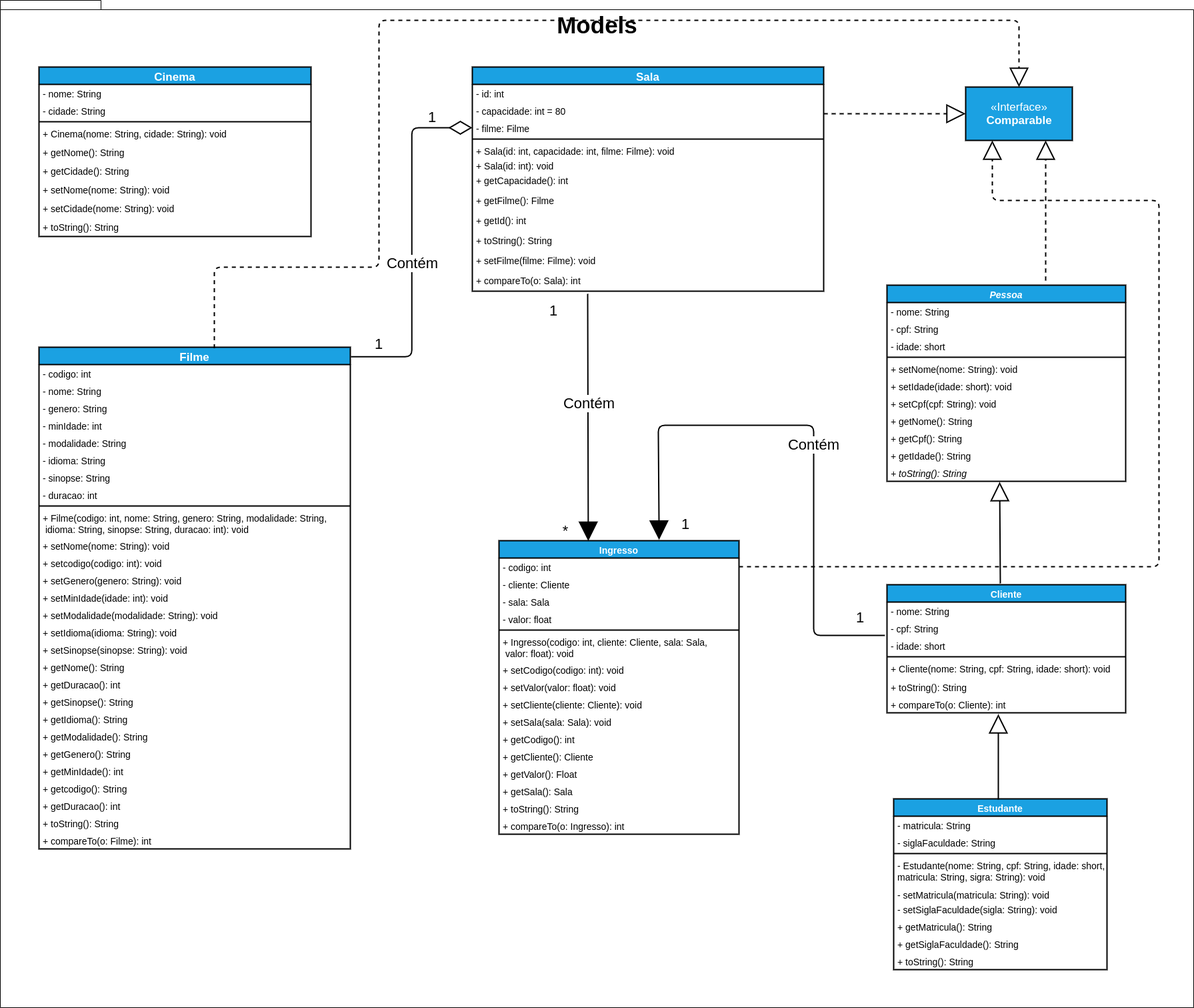
Above: docs/modelsdiagrama.png in SamuelLost/projeto-poo (draw.io), before the change. Source tidied: cells renumbered, new cells last; positions are measured from the earlier drawing's top-left corner, leaving out a move shared by most shapes.
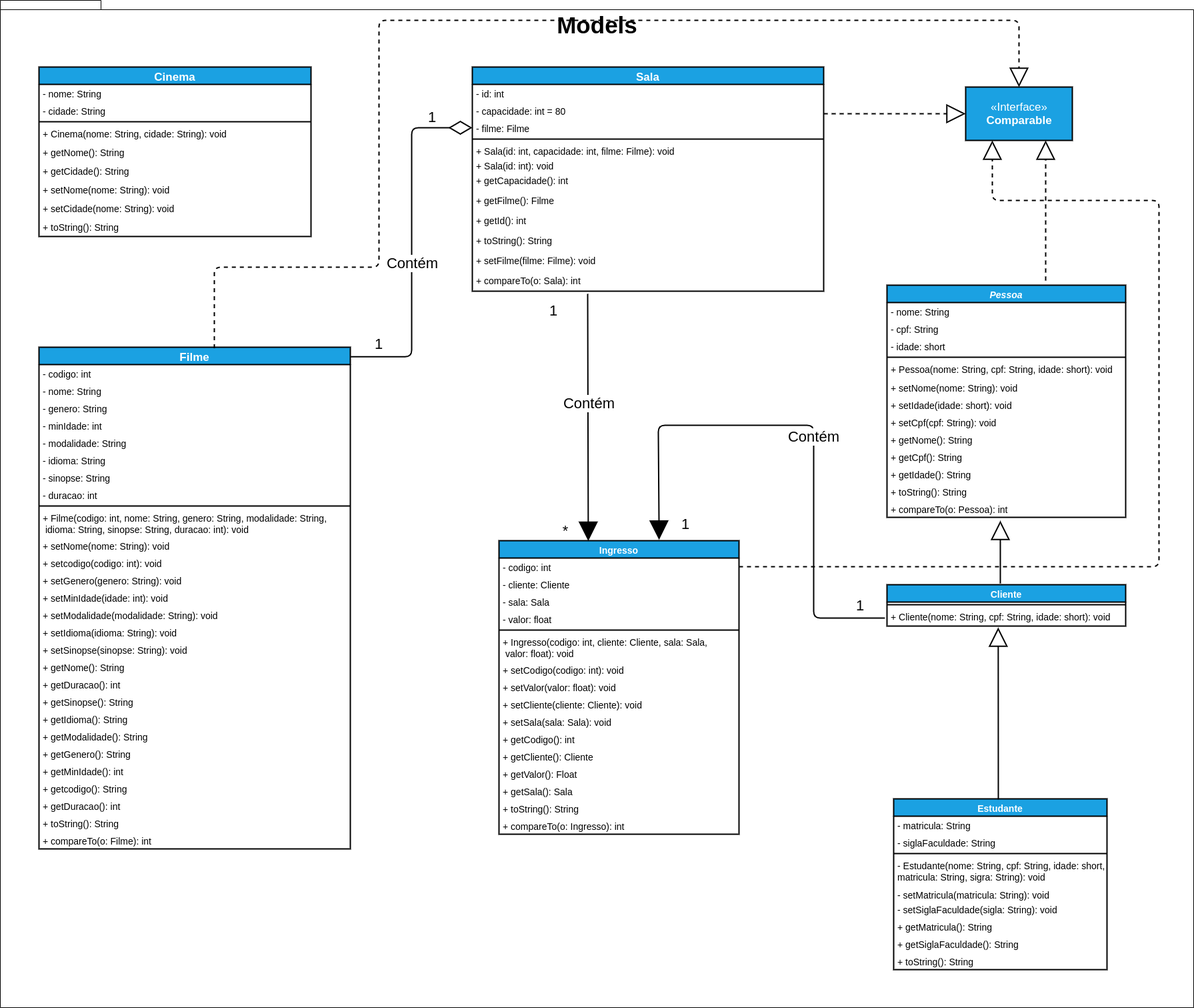
Above is the later version.

The edit, as a diff of the source:
```diff
@@ -2,9 +2,9 @@
   <root>
     <mxCell id="0" />
     <mxCell id="1" parent="0" />
-    <mxCell id="2" value="&lt;font style=&quot;font-size: 35px&quot;&gt;Models&lt;/font&gt;" style="shape=folder;fontStyle=1;spacingTop=10;tabWidth=40;tabHeight=14;tabPosition=left;html=1;strokeColor=#000000;strokeWidth=1;verticalAlign=top;align=center;fontSize=35;" parent="1" vertex="1">
-      <mxGeometry width="1790" height="1510" as="geometry" />
-    </mxCell>
+    <mxCell id="120" value="&lt;font style=&quot;font-size: 35px&quot;&gt;Models&lt;/font&gt;" style="shape=folder;fontStyle=1;spacingTop=10;tabWidth=40;tabHeight=14;tabPosition=left;html=1;strokeColor=#000000;strokeWidth=1;verticalAlign=top;align=center;fontSize=35;" parent="1" vertex="1">
+      <mxGeometry width="1790" height="1510" as="geometry" />
+    </mxCell>
     <mxCell id="3" value="Cinema" style="swimlane;fontStyle=1;align=center;verticalAlign=middle;horizontal=1;startSize=26;fillColor=#1ba1e2;strokeColor=#000000;fontSize=17;fontColor=#ffffff;strokeWidth=2;fontFamily=Helvetica;" parent="1" vertex="1">
       <mxGeometry x="58" y="100" width="408" height="254" as="geometry" />
     </mxCell>
@@ -75,29 +75,14 @@
       <mxGeometry y="306" width="527" height="30" as="geometry" />
     </mxCell>
     <mxCell id="26" value="Cliente" style="swimlane;fontStyle=1;align=center;verticalAlign=top;horizontal=1;startSize=26;fontSize=14;strokeWidth=2;fillColor=#1ba1e2;fontColor=#ffffff;strokeColor=#000000;" parent="1" vertex="1">
-      <mxGeometry x="1330" y="876" width="358" height="192" as="geometry" />
+      <mxGeometry x="1330" y="876" width="358" height="62" as="geometry" />
     </mxCell>
-    <mxCell id="27" value="- nome: String" style="text;align=left;verticalAlign=top;spacingLeft=4;spacingRight=4;overflow=hidden;fontSize=14;" parent="26" vertex="1">
-      <mxGeometry y="26" width="358" height="26" as="geometry" />
-    </mxCell>
-    <mxCell id="28" value="- cpf: String" style="text;align=left;verticalAlign=top;spacingLeft=4;spacingRight=4;overflow=hidden;fontSize=14;" parent="26" vertex="1">
-      <mxGeometry y="52" width="358" height="26" as="geometry" />
-    </mxCell>
-    <mxCell id="29" value="- idade: short" style="text;align=left;verticalAlign=top;spacingLeft=4;spacingRight=4;overflow=hidden;points=[[0,0.5],[1,0.5]];portConstraint=eastwest;fontSize=14;" parent="26" vertex="1">
-      <mxGeometry y="78" width="358" height="26" as="geometry" />
-    </mxCell>
-    <mxCell id="30" style="line;strokeWidth=2;align=left;verticalAlign=middle;spacingTop=-1;spacingLeft=3;spacingRight=3;labelPosition=right;fontSize=14;" parent="26" vertex="1">
-      <mxGeometry y="104" width="358" height="8" as="geometry" />
-    </mxCell>
+    <mxCell id="121" style="line;strokeWidth=2;align=left;verticalAlign=middle;spacingTop=-1;spacingLeft=3;spacingRight=3;labelPosition=right;fontSize=14;" parent="26" vertex="1">
+      <mxGeometry y="26" width="358" height="8" as="geometry" />
+    </mxCell>
     <mxCell id="31" value="+ Cliente(nome: String, cpf: String, idade: short): void" style="text;align=left;verticalAlign=top;spacingLeft=4;spacingRight=4;overflow=hidden;points=[[0,0.5],[1,0.5]];portConstraint=eastwest;fontSize=14;" parent="26" vertex="1">
-      <mxGeometry y="112" width="358" height="28" as="geometry" />
+      <mxGeometry y="34" width="358" height="28" as="geometry" />
     </mxCell>
-    <mxCell id="32" value="+ toString(): String" style="text;align=left;verticalAlign=top;spacingLeft=4;spacingRight=4;overflow=hidden;fontSize=14;" parent="26" vertex="1">
-      <mxGeometry y="140" width="358" height="26" as="geometry" />
-    </mxCell>
-    <mxCell id="33" value="+ compareTo(o: Cliente): int" style="text;align=left;verticalAlign=top;spacingLeft=4;spacingRight=4;overflow=hidden;fontSize=14;" parent="26" vertex="1">
-      <mxGeometry y="166" width="358" height="26" as="geometry" />
-    </mxCell>
     <mxCell id="34" value="Filme" style="swimlane;fontStyle=1;align=center;verticalAlign=middle;horizontal=1;startSize=26;fontSize=17;fillColor=#1ba1e2;fontColor=#ffffff;strokeColor=#000000;strokeWidth=2;labelPosition=center;verticalLabelPosition=middle;" parent="1" vertex="1">
       <mxGeometry x="58" y="520" width="467" height="752" as="geometry" />
     </mxCell>
@@ -223,15 +208,14 @@
         </Array>
       </mxGeometry>
     </mxCell>
-    <mxCell id="74" value="Contém" style="edgeLabel;html=1;align=center;verticalAlign=middle;fontSize=22;" parent="73" vertex="1">
-      <mxGeometry x="0.1" y="-1" relative="1" as="geometry" />
-    </mxCell>
-    <mxCell id="75" style="edgeStyle=none;html=1;startArrow=none;startFill=0;endArrow=block;endFill=0;startSize=24;endSize=24;fontSize=14;strokeWidth=2;" parent="1" edge="1">
-      <mxGeometry relative="1" as="geometry">
-        <mxPoint x="1497" y="1198" as="sourcePoint" />
-        <mxPoint x="1497" y="1070" as="targetPoint" />
-      </mxGeometry>
-    </mxCell>
+    <mxCell id="122" value="Contém" style="edgeLabel;html=1;align=center;verticalAlign=middle;fontSize=22;" parent="73" vertex="1">
+      <mxGeometry x="0.1" y="-1" relative="1" as="geometry" />
+    </mxCell>
+    <mxCell id="123" style="edgeStyle=none;html=1;startArrow=none;startFill=0;endArrow=block;endFill=0;startSize=24;endSize=24;fontSize=14;strokeWidth=2;entryX=0.466;entryY=1.071;entryDx=0;entryDy=0;entryPerimeter=0;" parent="1" edge="1" target="31">
+      <mxGeometry relative="1" as="geometry">
+        <mxPoint x="1497" y="1198" as="sourcePoint" />
+      </mxGeometry>
+    </mxCell>
     <mxCell id="76" value="«Interface»&lt;br style=&quot;font-size: 17px;&quot;&gt;&lt;b style=&quot;font-size: 17px;&quot;&gt;Comparable&lt;/b&gt;" style="html=1;fillColor=#1ba1e2;fontColor=#ffffff;strokeColor=#000000;fontSize=17;strokeWidth=2;" parent="1" vertex="1">
       <mxGeometry x="1448" y="130" width="160" height="80" as="geometry" />
     </mxCell>
@@ -289,36 +273,37 @@
     <mxCell id="94" value="+ compareTo(o: Ingresso): int" style="text;align=left;verticalAlign=top;spacingLeft=4;spacingRight=4;overflow=hidden;fontSize=14;" parent="78" vertex="1">
       <mxGeometry y="414" width="360" height="26" as="geometry" />
     </mxCell>
-    <mxCell id="95" style="endArrow=none;endFill=0;endSize=24;html=1;fontSize=35;fontColor=#000000;strokeWidth=2;exitX=0.372;exitY=0.001;exitDx=0;exitDy=0;exitPerimeter=0;startArrow=block;startFill=1;sourcePerimeterSpacing=5;startSize=24;" parent="1" edge="1" source="78">
-      <mxGeometry relative="1" as="geometry">
-        <mxPoint x="881" y="440" as="targetPoint" />
-      </mxGeometry>
-    </mxCell>
-    <mxCell id="96" value="Contém" style="edgeLabel;html=1;align=center;verticalAlign=middle;fontSize=22;" parent="95" vertex="1">
-      <mxGeometry x="0.13" relative="1" as="geometry" />
-    </mxCell>
-    <mxCell id="97" style="endArrow=none;endFill=0;endSize=24;html=1;fontSize=35;fontColor=#000000;strokeWidth=2;exitX=0.667;exitY=-0.003;exitDx=0;exitDy=0;exitPerimeter=0;entryX=-0.009;entryY=-0.081;entryDx=0;entryDy=0;entryPerimeter=0;startArrow=block;startFill=1;startSize=24;" parent="1" edge="1" source="78" target="29">
-      <mxGeometry relative="1" as="geometry">
-        <Array as="points">
-          <mxPoint x="987" y="637" />
-          <mxPoint x="1220" y="637" />
-          <mxPoint x="1220" y="952" />
-        </Array>
-      </mxGeometry>
-    </mxCell>
-    <mxCell id="98" value="Contém" style="edgeLabel;html=1;align=center;verticalAlign=middle;fontSize=22;" parent="97" vertex="1">
-      <mxGeometry x="0.05" y="-1" relative="1" as="geometry">
-        <mxPoint x="-1" as="offset" />
-      </mxGeometry>
-    </mxCell>
-    <mxCell id="99" style="endArrow=block;dashed=1;endFill=0;endSize=24;html=1;fontSize=35;fontColor=#000000;strokeWidth=2;entryX=0.75;entryY=1;entryDx=0;entryDy=0;" parent="1" edge="1" target="76">
-      <mxGeometry relative="1" as="geometry">
-        <mxPoint x="1568" y="420" as="sourcePoint" />
-        <Array as="points">
-          <mxPoint x="1568" y="280" />
-        </Array>
-      </mxGeometry>
-    </mxCell>
+    <mxCell id="124" style="endArrow=none;endFill=0;endSize=24;html=1;fontSize=35;fontColor=#000000;strokeWidth=2;exitX=0.372;exitY=0.001;exitDx=0;exitDy=0;exitPerimeter=0;startArrow=block;startFill=1;sourcePerimeterSpacing=5;startSize=24;" parent="1" edge="1" source="78">
+      <mxGeometry relative="1" as="geometry">
+        <mxPoint x="881" y="440" as="targetPoint" />
+      </mxGeometry>
+    </mxCell>
+    <mxCell id="125" value="Contém" style="edgeLabel;html=1;align=center;verticalAlign=middle;fontSize=22;" parent="124" vertex="1">
+      <mxGeometry x="0.13" relative="1" as="geometry" />
+    </mxCell>
+    <mxCell id="126" style="endArrow=none;endFill=0;endSize=24;html=1;fontSize=35;fontColor=#000000;strokeWidth=2;exitX=0.667;exitY=-0.003;exitDx=0;exitDy=0;exitPerimeter=0;entryX=-0.009;entryY=-0.081;entryDx=0;entryDy=0;entryPerimeter=0;startArrow=block;startFill=1;startSize=24;" parent="1" edge="1" source="78">
+      <mxGeometry relative="1" as="geometry">
+        <mxPoint x="1326.8" y="925.9" as="targetPoint" />
+        <Array as="points">
+          <mxPoint x="987" y="637" />
+          <mxPoint x="1220" y="637" />
+          <mxPoint x="1220" y="926" />
+        </Array>
+      </mxGeometry>
+    </mxCell>
+    <mxCell id="127" value="Contém" style="edgeLabel;html=1;align=center;verticalAlign=middle;fontSize=22;" parent="126" vertex="1">
+      <mxGeometry x="0.05" y="-1" relative="1" as="geometry">
+        <mxPoint x="-1" as="offset" />
+      </mxGeometry>
+    </mxCell>
+    <mxCell id="128" style="endArrow=block;dashed=1;endFill=0;endSize=24;html=1;fontSize=35;fontColor=#000000;strokeWidth=2;entryX=0.75;entryY=1;entryDx=0;entryDy=0;" parent="1" edge="1" target="76">
+      <mxGeometry relative="1" as="geometry">
+        <mxPoint x="1568" y="420" as="sourcePoint" />
+        <Array as="points">
+          <mxPoint x="1568" y="280" />
+        </Array>
+      </mxGeometry>
+    </mxCell>
     <mxCell id="100" style="endArrow=block;dashed=1;endFill=0;endSize=24;html=1;fontSize=35;fontColor=#000000;strokeWidth=2;exitX=1;exitY=0.5;exitDx=0;exitDy=0;entryX=0.25;entryY=1;entryDx=0;entryDy=0;" parent="1" edge="1" source="79" target="76">
       <mxGeometry relative="1" as="geometry">
         <Array as="points">
@@ -338,64 +323,71 @@
         </Array>
       </mxGeometry>
     </mxCell>
-    <mxCell id="102" value="&lt;font style=&quot;font-size: 22px&quot;&gt;1&lt;/font&gt;" style="text;html=1;strokeColor=none;fillColor=none;align=center;verticalAlign=middle;whiteSpace=wrap;rounded=0;" parent="1" vertex="1">
-      <mxGeometry x="538" y="500" width="60" height="30" as="geometry" />
-    </mxCell>
-    <mxCell id="103" value="&lt;font style=&quot;font-size: 22px&quot;&gt;1&lt;/font&gt;" style="text;html=1;strokeColor=none;fillColor=none;align=center;verticalAlign=middle;whiteSpace=wrap;rounded=0;" parent="1" vertex="1">
-      <mxGeometry x="618" y="160" width="60" height="30" as="geometry" />
-    </mxCell>
-    <mxCell id="104" value="1" style="text;html=1;strokeColor=none;fillColor=none;align=center;verticalAlign=middle;whiteSpace=wrap;rounded=0;fontSize=22;" parent="1" vertex="1">
-      <mxGeometry x="800" y="450" width="60" height="30" as="geometry" />
-    </mxCell>
+    <mxCell id="129" value="&lt;font style=&quot;font-size: 22px&quot;&gt;1&lt;/font&gt;" style="text;html=1;strokeColor=none;fillColor=none;align=center;verticalAlign=middle;whiteSpace=wrap;rounded=0;" parent="1" vertex="1">
+      <mxGeometry x="538" y="500" width="60" height="30" as="geometry" />
+    </mxCell>
+    <mxCell id="130" value="&lt;font style=&quot;font-size: 22px&quot;&gt;1&lt;/font&gt;" style="text;html=1;strokeColor=none;fillColor=none;align=center;verticalAlign=middle;whiteSpace=wrap;rounded=0;" parent="1" vertex="1">
+      <mxGeometry x="618" y="160" width="60" height="30" as="geometry" />
+    </mxCell>
+    <mxCell id="131" value="1" style="text;html=1;strokeColor=none;fillColor=none;align=center;verticalAlign=middle;whiteSpace=wrap;rounded=0;fontSize=22;" parent="1" vertex="1">
+      <mxGeometry x="800" y="450" width="60" height="30" as="geometry" />
+    </mxCell>
     <mxCell id="105" value="*" style="text;html=1;strokeColor=none;fillColor=none;align=center;verticalAlign=middle;whiteSpace=wrap;rounded=0;fontSize=22;" parent="1" vertex="1">
       <mxGeometry x="818" y="780" width="60" height="30" as="geometry" />
     </mxCell>
-    <mxCell id="106" value="1" style="text;html=1;strokeColor=none;fillColor=none;align=center;verticalAlign=middle;whiteSpace=wrap;rounded=0;fontSize=22;" parent="1" vertex="1">
-      <mxGeometry x="1260" y="910" width="60" height="30" as="geometry" />
-    </mxCell>
-    <mxCell id="107" value="1" style="text;html=1;strokeColor=none;fillColor=none;align=center;verticalAlign=middle;whiteSpace=wrap;rounded=0;fontSize=22;" parent="1" vertex="1">
-      <mxGeometry x="998" y="770" width="60" height="30" as="geometry" />
-    </mxCell>
+    <mxCell id="132" value="1" style="text;html=1;strokeColor=none;fillColor=none;align=center;verticalAlign=middle;whiteSpace=wrap;rounded=0;fontSize=22;" parent="1" vertex="1">
+      <mxGeometry x="1260" y="892" width="60" height="30" as="geometry" />
+    </mxCell>
+    <mxCell id="133" value="1" style="text;html=1;strokeColor=none;fillColor=none;align=center;verticalAlign=middle;whiteSpace=wrap;rounded=0;fontSize=22;" parent="1" vertex="1">
+      <mxGeometry x="998" y="770" width="60" height="30" as="geometry" />
+    </mxCell>
     <mxCell id="108" value="Pessoa" style="swimlane;fontStyle=3;align=center;verticalAlign=top;horizontal=1;startSize=26;fontSize=14;strokeWidth=2;fillColor=#1ba1e2;fontColor=#ffffff;strokeColor=#000000;" parent="1" vertex="1">
-      <mxGeometry x="1330" y="427" width="358" height="294" as="geometry" />
+      <mxGeometry x="1330" y="427" width="358" height="348" as="geometry" />
     </mxCell>
-    <mxCell id="109" value="- nome: String" style="text;align=left;verticalAlign=top;spacingLeft=4;spacingRight=4;overflow=hidden;fontSize=14;" parent="108" vertex="1">
-      <mxGeometry y="26" width="358" height="26" as="geometry" />
-    </mxCell>
-    <mxCell id="110" value="- cpf: String" style="text;align=left;verticalAlign=top;spacingLeft=4;spacingRight=4;overflow=hidden;fontSize=14;" parent="108" vertex="1">
-      <mxGeometry y="52" width="358" height="26" as="geometry" />
-    </mxCell>
-    <mxCell id="111" value="- idade: short" style="text;align=left;verticalAlign=top;spacingLeft=4;spacingRight=4;overflow=hidden;fontSize=14;" parent="108" vertex="1">
-      <mxGeometry y="78" width="358" height="26" as="geometry" />
-    </mxCell>
-    <mxCell id="112" style="line;strokeWidth=2;align=left;verticalAlign=middle;spacingTop=-1;spacingLeft=3;spacingRight=3;labelPosition=right;fontSize=14;" parent="108" vertex="1">
-      <mxGeometry y="104" width="358" height="8" as="geometry" />
-    </mxCell>
+    <mxCell id="134" value="- nome: String" style="text;align=left;verticalAlign=top;spacingLeft=4;spacingRight=4;overflow=hidden;fontSize=14;" parent="108" vertex="1">
+      <mxGeometry y="26" width="358" height="26" as="geometry" />
+    </mxCell>
+    <mxCell id="135" value="- cpf: String" style="text;align=left;verticalAlign=top;spacingLeft=4;spacingRight=4;overflow=hidden;fontSize=14;" parent="108" vertex="1">
+      <mxGeometry y="52" width="358" height="26" as="geometry" />
+    </mxCell>
+    <mxCell id="136" value="- idade: short" style="text;align=left;verticalAlign=top;spacingLeft=4;spacingRight=4;overflow=hidden;fontSize=14;" parent="108" vertex="1">
+      <mxGeometry y="78" width="358" height="26" as="geometry" />
+    </mxCell>
+    <mxCell id="137" style="line;strokeWidth=2;align=left;verticalAlign=middle;spacingTop=-1;spacingLeft=3;spacingRight=3;labelPosition=right;fontSize=14;" parent="108" vertex="1">
+      <mxGeometry y="104" width="358" height="8" as="geometry" />
+    </mxCell>
+    <mxCell id="138" value="+ Pessoa(nome: String, cpf: String, idade: short): void" style="text;align=left;verticalAlign=top;spacingLeft=4;spacingRight=4;overflow=hidden;fontSize=14;" parent="108" vertex="1">
+      <mxGeometry y="112" width="358" height="28" as="geometry" />
+    </mxCell>
     <mxCell id="113" value="+ setNome(nome: String): void" style="text;align=left;verticalAlign=top;spacingLeft=4;spacingRight=4;overflow=hidden;fontSize=14;" parent="108" vertex="1">
-      <mxGeometry y="112" width="358" height="26" as="geometry" />
+      <mxGeometry y="140" width="358" height="26" as="geometry" />
     </mxCell>
     <mxCell id="114" value="+ setIdade(idade: short): void" style="text;align=left;verticalAlign=top;spacingLeft=4;spacingRight=4;overflow=hidden;fontSize=14;" parent="108" vertex="1">
-      <mxGeometry y="138" width="358" height="26" as="geometry" />
+      <mxGeometry y="166" width="358" height="26" as="geometry" />
     </mxCell>
     <mxCell id="115" value="+ setCpf(cpf: String): void" style="text;align=left;verticalAlign=top;spacingLeft=4;spacingRight=4;overflow=hidden;fontSize=14;" parent="108" vertex="1">
-      <mxGeometry y="164" width="358" height="26" as="geometry" />
+      <mxGeometry y="192" width="358" height="26" as="geometry" />
     </mxCell>
     <mxCell id="116" value="+ getNome(): String" style="text;align=left;verticalAlign=top;spacingLeft=4;spacingRight=4;overflow=hidden;fontSize=14;" parent="108" vertex="1">
-      <mxGeometry y="190" width="358" height="26" as="geometry" />
+      <mxGeometry y="218" width="358" height="26" as="geometry" />
     </mxCell>
     <mxCell id="117" value="+ getCpf(): String" style="text;align=left;verticalAlign=top;spacingLeft=4;spacingRight=4;overflow=hidden;fontSize=14;" parent="108" vertex="1">
-      <mxGeometry y="216" width="358" height="26" as="geometry" />
+      <mxGeometry y="244" width="358" height="26" as="geometry" />
     </mxCell>
     <mxCell id="118" value="+ getIdade(): String" style="text;align=left;verticalAlign=top;spacingLeft=4;spacingRight=4;overflow=hidden;fontSize=14;" parent="108" vertex="1">
-      <mxGeometry y="242" width="358" height="26" as="geometry" />
+      <mxGeometry y="270" width="358" height="26" as="geometry" />
     </mxCell>
-    <mxCell id="119" value="+ toString(): String" style="text;align=left;verticalAlign=top;spacingLeft=4;spacingRight=4;overflow=hidden;points=[[0,0.5],[1,0.5]];portConstraint=eastwest;fontSize=14;fontStyle=2;" parent="108" vertex="1">
-      <mxGeometry y="268" width="358" height="26" as="geometry" />
-    </mxCell>
-    <mxCell id="120" style="edgeStyle=none;html=1;startArrow=none;startFill=0;endArrow=block;endFill=0;startSize=24;endSize=24;fontSize=14;strokeWidth=2;entryX=0.472;entryY=1.035;entryDx=0;entryDy=0;entryPerimeter=0;" parent="1" edge="1" target="119">
-      <mxGeometry relative="1" as="geometry">
-        <mxPoint x="1500" y="874" as="sourcePoint" />
-      </mxGeometry>
-    </mxCell>
+    <mxCell id="139" value="+ toString(): String" style="text;align=left;verticalAlign=top;spacingLeft=4;spacingRight=4;overflow=hidden;fontSize=14;fontStyle=0;" parent="108" vertex="1">
+      <mxGeometry y="296" width="358" height="26" as="geometry" />
+    </mxCell>
+    <mxCell id="140" value="+ compareTo(o: Pessoa): int" style="text;align=left;verticalAlign=top;spacingLeft=4;spacingRight=4;overflow=hidden;fontSize=14;fontStyle=0;" parent="108" vertex="1">
+      <mxGeometry y="322" width="358" height="26" as="geometry" />
+    </mxCell>
+    <mxCell id="141" style="edgeStyle=none;html=1;startArrow=none;startFill=0;endArrow=block;endFill=0;startSize=24;endSize=24;fontSize=14;strokeWidth=2;" parent="1" edge="1">
+      <mxGeometry relative="1" as="geometry">
+        <mxPoint x="1500" y="874" as="sourcePoint" />
+        <mxPoint x="1500" y="780" as="targetPoint" />
+      </mxGeometry>
+    </mxCell>
   </root>
 </mxGraphModel>
```
